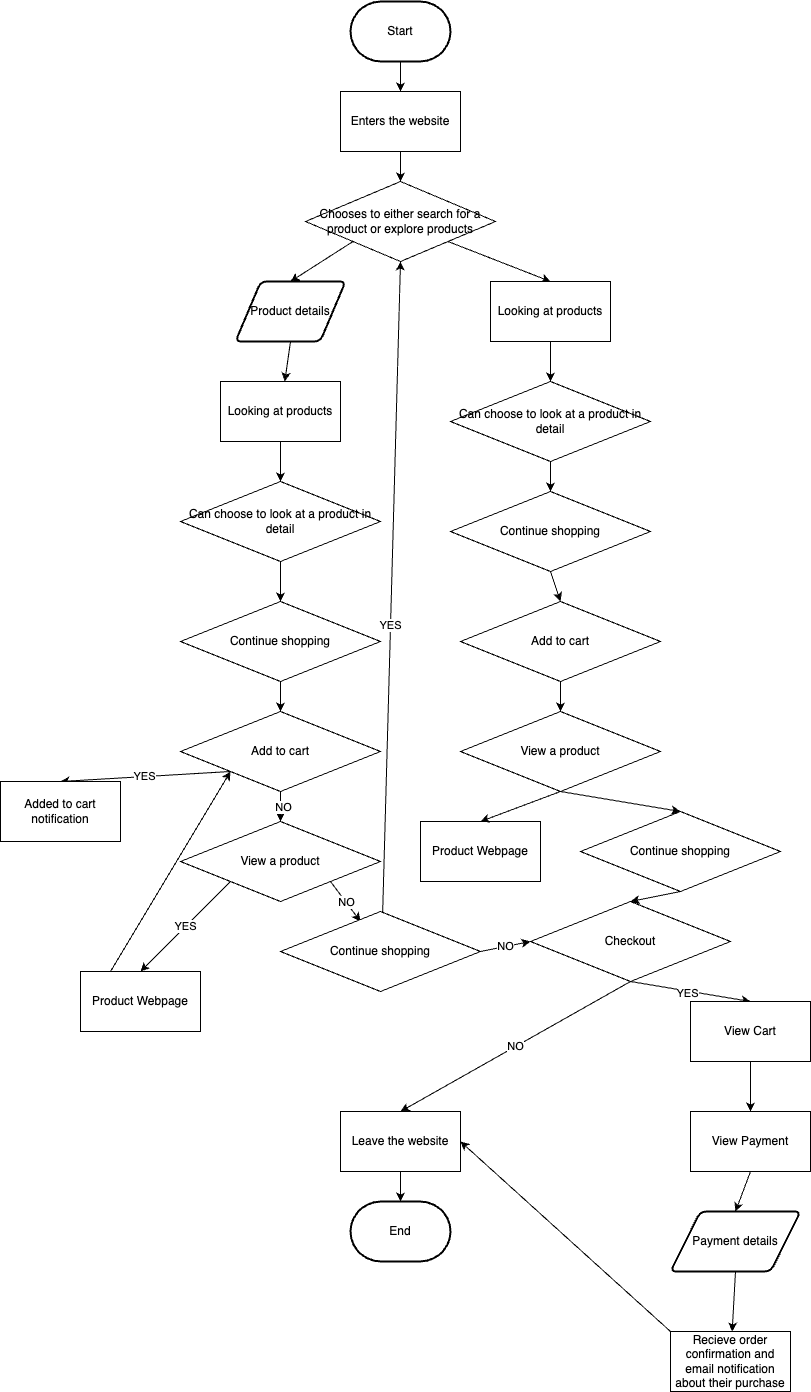
This is explore/diagramming/diagram.drawio.png from IncogOwl/sp24-cse110-lab4, a draw.io export, as it was before one commit. Source tidied: cells renumbered, new cells last; positions are measured from the earlier drawing's top-left corner, leaving out a move shared by most shapes.
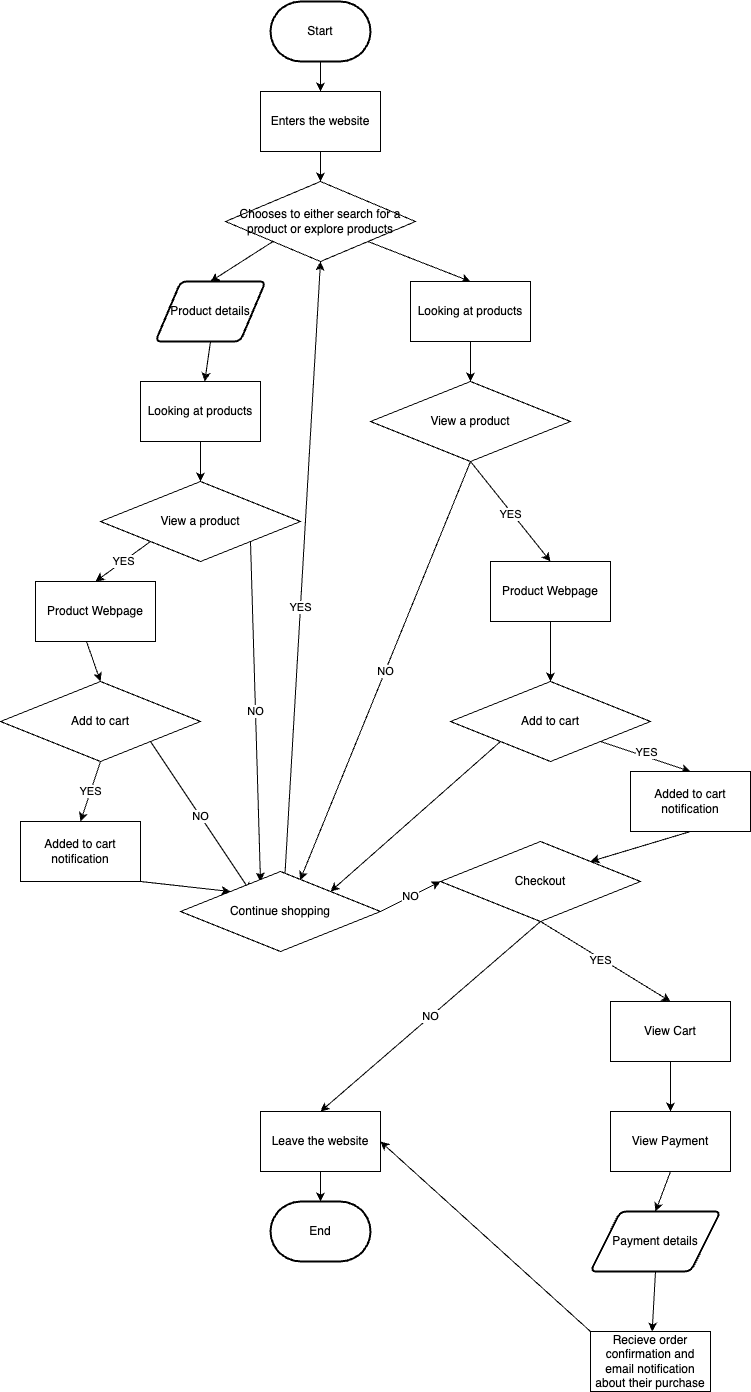
Above is the later version.

What changed in the source:
```diff
@@ -29,93 +29,69 @@
     <mxCell id="10" value="Product details" style="shape=parallelogram;html=1;strokeWidth=2;perimeter=parallelogramPerimeter;whiteSpace=wrap;rounded=1;arcSize=12;size=0.23;" parent="1" vertex="1">
       <mxGeometry x="235" y="280" width="110" height="60" as="geometry" />
     </mxCell>
-    <mxCell id="11" style="edgeStyle=none;html=1;exitX=0.5;exitY=1;exitDx=0;exitDy=0;entryX=0.5;entryY=0;entryDx=0;entryDy=0;" parent="1" edge="1" source="12" target="18">
-      <mxGeometry relative="1" as="geometry" />
+    <mxCell id="11" style="edgeStyle=none;html=1;exitX=0.5;exitY=1;exitDx=0;exitDy=0;entryX=0.5;entryY=0;entryDx=0;entryDy=0;" parent="1" edge="1" source="12">
+      <mxGeometry relative="1" as="geometry">
+        <mxPoint x="550" y="380" as="targetPoint" />
+      </mxGeometry>
     </mxCell>
     <mxCell id="12" value="Looking at products" style="rounded=0;whiteSpace=wrap;html=1;" parent="1" vertex="1">
       <mxGeometry x="490" y="280" width="120" height="60" as="geometry" />
     </mxCell>
-    <mxCell id="13" style="edgeStyle=none;html=1;exitX=0.5;exitY=1;exitDx=0;exitDy=0;entryX=0.5;entryY=0;entryDx=0;entryDy=0;" parent="1" edge="1" source="14" target="16">
-      <mxGeometry relative="1" as="geometry" />
+    <mxCell id="13" style="edgeStyle=none;html=1;exitX=0.5;exitY=1;exitDx=0;exitDy=0;entryX=0.5;entryY=0;entryDx=0;entryDy=0;" parent="1" edge="1" source="14">
+      <mxGeometry relative="1" as="geometry">
+        <mxPoint x="280" y="480" as="targetPoint" />
+      </mxGeometry>
     </mxCell>
     <mxCell id="14" value="Looking at products" style="rounded=0;whiteSpace=wrap;html=1;" parent="1" vertex="1">
       <mxGeometry x="220" y="380" width="120" height="60" as="geometry" />
     </mxCell>
-    <mxCell id="15" style="edgeStyle=none;html=1;exitX=0.5;exitY=1;exitDx=0;exitDy=0;entryX=0.5;entryY=0;entryDx=0;entryDy=0;" parent="1" edge="1" source="16" target="20">
-      <mxGeometry relative="1" as="geometry" />
-    </mxCell>
-    <mxCell id="16" value="Can choose to look at a product in detail" style="rhombus;whiteSpace=wrap;html=1;" parent="1" vertex="1">
-      <mxGeometry x="180" y="480" width="200" height="80" as="geometry" />
-    </mxCell>
-    <mxCell id="17" style="edgeStyle=none;html=1;exitX=0.5;exitY=1;exitDx=0;exitDy=0;entryX=0.5;entryY=0;entryDx=0;entryDy=0;" parent="1" edge="1" source="18" target="22">
-      <mxGeometry relative="1" as="geometry" />
-    </mxCell>
-    <mxCell id="18" value="Can choose to look at a product in detail" style="rhombus;whiteSpace=wrap;html=1;" parent="1" vertex="1">
-      <mxGeometry x="450" y="380" width="200" height="80" as="geometry" />
-    </mxCell>
-    <mxCell id="19" style="edgeStyle=none;html=1;exitX=0.5;exitY=1;exitDx=0;exitDy=0;entryX=0.5;entryY=0;entryDx=0;entryDy=0;" parent="1" edge="1" source="20" target="26">
-      <mxGeometry relative="1" as="geometry" />
-    </mxCell>
-    <mxCell id="20" value="Continue shopping" style="rhombus;whiteSpace=wrap;html=1;" parent="1" vertex="1">
-      <mxGeometry x="180" y="600" width="200" height="80" as="geometry" />
-    </mxCell>
-    <mxCell id="21" style="edgeStyle=none;html=1;exitX=0.5;exitY=1;exitDx=0;exitDy=0;entryX=0.5;entryY=0;entryDx=0;entryDy=0;" parent="1" edge="1" source="22" target="28">
-      <mxGeometry relative="1" as="geometry" />
-    </mxCell>
-    <mxCell id="22" value="Continue shopping" style="rhombus;whiteSpace=wrap;html=1;" parent="1" vertex="1">
-      <mxGeometry x="450" y="490" width="200" height="80" as="geometry" />
-    </mxCell>
-    <mxCell id="23" style="edgeStyle=none;html=1;exitX=0.5;exitY=1;exitDx=0;exitDy=0;entryX=0.5;entryY=0;entryDx=0;entryDy=0;" parent="1" edge="1" source="26" target="54">
-      <mxGeometry relative="1" as="geometry" />
-    </mxCell>
-    <mxCell id="24" value="NO" style="edgeLabel;html=1;align=center;verticalAlign=middle;" parent="23" vertex="1">
-      <mxGeometry y="2" relative="1" as="geometry">
-        <mxPoint y="-1" as="offset" />
-      </mxGeometry>
-    </mxCell>
-    <mxCell id="25" value="YES" style="edgeStyle=none;html=1;exitX=0;exitY=1;exitDx=0;exitDy=0;entryX=0.5;entryY=0;entryDx=0;entryDy=0;" parent="1" edge="1" source="26" target="60">
+    <mxCell id="25" value="YES" style="edgeStyle=none;html=1;exitX=0.5;exitY=1;exitDx=0;exitDy=0;entryX=0.5;entryY=0;entryDx=0;entryDy=0;" parent="1" edge="1" source="26" target="60">
       <mxGeometry relative="1" as="geometry" />
     </mxCell>
+    <mxCell id="61" value="NO" style="edgeStyle=none;html=1;exitX=1;exitY=1;exitDx=0;exitDy=0;entryX=0.35;entryY=0.25;entryDx=0;entryDy=0;entryPerimeter=0;" parent="1" edge="1" source="26" target="59">
+      <mxGeometry relative="1" as="geometry" />
+    </mxCell>
     <mxCell id="26" value="Add to cart" style="rhombus;whiteSpace=wrap;html=1;" parent="1" vertex="1">
-      <mxGeometry x="180" y="710" width="200" height="80" as="geometry" />
+      <mxGeometry x="80" y="680" width="200" height="80" as="geometry" />
     </mxCell>
-    <mxCell id="27" style="edgeStyle=none;html=1;exitX=0.5;exitY=1;exitDx=0;exitDy=0;entryX=0.5;entryY=0;entryDx=0;entryDy=0;" parent="1" edge="1" source="28" target="34">
-      <mxGeometry relative="1" as="geometry" />
-    </mxCell>
+    <mxCell id="62" style="edgeStyle=none;html=1;exitX=1;exitY=1;exitDx=0;exitDy=0;entryX=0.5;entryY=0;entryDx=0;entryDy=0;" parent="1" edge="1" source="28" target="70">
+      <mxGeometry relative="1" as="geometry" />
+    </mxCell>
+    <mxCell id="63" value="YES" style="edgeLabel;html=1;align=center;verticalAlign=middle;" parent="62" vertex="1">
+      <mxGeometry x="-0.04" y="4" relative="1" as="geometry">
+        <mxPoint x="1" as="offset" />
+      </mxGeometry>
+    </mxCell>
+    <mxCell id="64" style="edgeStyle=none;html=1;exitX=0;exitY=1;exitDx=0;exitDy=0;entryX=1;entryY=0;entryDx=0;entryDy=0;" parent="1" edge="1" source="28" target="59">
+      <mxGeometry relative="1" as="geometry" />
+    </mxCell>
     <mxCell id="28" value="Add to cart" style="rhombus;whiteSpace=wrap;html=1;" parent="1" vertex="1">
-      <mxGeometry x="460" y="600" width="200" height="80" as="geometry" />
+      <mxGeometry x="530" y="680" width="200" height="80" as="geometry" />
     </mxCell>
+    <mxCell id="65" style="edgeStyle=none;html=1;exitX=0.5;exitY=1;exitDx=0;exitDy=0;entryX=0.5;entryY=0;entryDx=0;entryDy=0;" parent="1" edge="1" source="29" target="28">
+      <mxGeometry relative="1" as="geometry" />
+    </mxCell>
     <mxCell id="29" value="Product Webpage" style="rounded=0;whiteSpace=wrap;html=1;" parent="1" vertex="1">
-      <mxGeometry x="420" y="820" width="120" height="60" as="geometry" />
+      <mxGeometry x="570" y="560" width="120" height="60" as="geometry" />
     </mxCell>
-    <mxCell id="30" style="edgeStyle=none;html=1;entryX=0.5;entryY=0;entryDx=0;entryDy=0;" parent="1" edge="1" target="29">
-      <mxGeometry relative="1" as="geometry">
-        <mxPoint x="480" y="820" as="sourcePoint" />
-      </mxGeometry>
-    </mxCell>
     <mxCell id="31" style="edgeStyle=none;html=1;" parent="1" edge="1">
       <mxGeometry relative="1" as="geometry">
         <mxPoint x="480" y="820" as="sourcePoint" />
         <mxPoint x="480" y="820" as="targetPoint" />
       </mxGeometry>
     </mxCell>
-    <mxCell id="32" style="edgeStyle=none;html=1;exitX=0.5;exitY=1;exitDx=0;exitDy=0;" parent="1" edge="1" source="34">
-      <mxGeometry relative="1" as="geometry">
-        <mxPoint x="480" y="820" as="targetPoint" />
-      </mxGeometry>
+    <mxCell id="32" style="edgeStyle=none;html=1;exitX=0.5;exitY=1;exitDx=0;exitDy=0;entryX=0.5;entryY=0;entryDx=0;entryDy=0;" parent="1" edge="1" source="34" target="29">
+      <mxGeometry relative="1" as="geometry" />
     </mxCell>
-    <mxCell id="33" style="edgeStyle=none;html=1;exitX=0.5;exitY=1;exitDx=0;exitDy=0;entryX=0.5;entryY=0;entryDx=0;entryDy=0;" parent="1" edge="1" source="34" target="36">
-      <mxGeometry relative="1" as="geometry" />
-    </mxCell>
+    <mxCell id="66" value="YES" style="edgeLabel;html=1;align=center;verticalAlign=middle;" parent="32" vertex="1">
+      <mxGeometry x="0.02" y="-2" relative="1" as="geometry" />
+    </mxCell>
+    <mxCell id="67" value="NO" style="edgeStyle=none;html=1;exitX=0.5;exitY=1;exitDx=0;exitDy=0;entryX=0.598;entryY=0.108;entryDx=0;entryDy=0;entryPerimeter=0;" parent="1" edge="1" source="34" target="59">
+      <mxGeometry relative="1" as="geometry" />
+    </mxCell>
     <mxCell id="34" value="View a product" style="rhombus;whiteSpace=wrap;html=1;" parent="1" vertex="1">
-      <mxGeometry x="460" y="710" width="200" height="80" as="geometry" />
+      <mxGeometry x="450" y="380" width="200" height="80" as="geometry" />
     </mxCell>
-    <mxCell id="35" style="edgeStyle=none;html=1;exitX=0.5;exitY=1;exitDx=0;exitDy=0;entryX=0.5;entryY=0;entryDx=0;entryDy=0;" parent="1" edge="1" source="36" target="40">
-      <mxGeometry relative="1" as="geometry" />
-    </mxCell>
-    <mxCell id="36" value="Continue shopping" style="rhombus;whiteSpace=wrap;html=1;" parent="1" vertex="1">
-      <mxGeometry x="580" y="810" width="200" height="80" as="geometry" />
-    </mxCell>
     <mxCell id="37" style="edgeStyle=none;html=1;exitX=0.5;exitY=1;exitDx=0;exitDy=0;entryX=0.5;entryY=0;entryDx=0;entryDy=0;" parent="1" edge="1" source="40" target="45">
       <mxGeometry relative="1" as="geometry" />
     </mxCell>
@@ -128,7 +104,7 @@
       <mxGeometry relative="1" as="geometry" />
     </mxCell>
     <mxCell id="40" value="Checkout" style="rhombus;whiteSpace=wrap;html=1;" parent="1" vertex="1">
-      <mxGeometry x="530" y="900" width="200" height="80" as="geometry" />
+      <mxGeometry x="520" y="840" width="200" height="80" as="geometry" />
     </mxCell>
     <mxCell id="41" value="End" style="strokeWidth=2;html=1;shape=mxgraph.flowchart.terminator;whiteSpace=wrap;" parent="1" vertex="1">
       <mxGeometry x="350" y="1200" width="100" height="60" as="geometry" />
@@ -164,23 +140,19 @@
       <mxGeometry x="670" y="1330" width="120" height="60" as="geometry" />
     </mxCell>
     <mxCell id="52" value="YES" style="edgeStyle=none;html=1;exitX=0;exitY=1;exitDx=0;exitDy=0;entryX=0.5;entryY=0;entryDx=0;entryDy=0;" parent="1" edge="1" source="54" target="56">
-      <mxGeometry relative="1" as="geometry">
-        <Array as="points">
-          <mxPoint x="200" y="910" />
-        </Array>
-      </mxGeometry>
+      <mxGeometry relative="1" as="geometry" />
     </mxCell>
     <mxCell id="53" value="NO" style="edgeStyle=none;html=1;exitX=1;exitY=1;exitDx=0;exitDy=0;entryX=0.4;entryY=0.125;entryDx=0;entryDy=0;entryPerimeter=0;" parent="1" edge="1" source="54" target="59">
       <mxGeometry relative="1" as="geometry" />
     </mxCell>
     <mxCell id="54" value="View a product" style="rhombus;whiteSpace=wrap;html=1;" parent="1" vertex="1">
-      <mxGeometry x="180" y="820" width="200" height="80" as="geometry" />
+      <mxGeometry x="180" y="480" width="200" height="80" as="geometry" />
     </mxCell>
-    <mxCell id="55" style="edgeStyle=none;html=1;exitX=0.25;exitY=0;exitDx=0;exitDy=0;entryX=0;entryY=1;entryDx=0;entryDy=0;" parent="1" edge="1" source="56" target="26">
+    <mxCell id="55" style="edgeStyle=none;html=1;exitX=0.25;exitY=0;exitDx=0;exitDy=0;entryX=0.5;entryY=0;entryDx=0;entryDy=0;" parent="1" edge="1" source="56" target="26">
       <mxGeometry relative="1" as="geometry" />
     </mxCell>
     <mxCell id="56" value="Product Webpage" style="rounded=0;whiteSpace=wrap;html=1;" parent="1" vertex="1">
-      <mxGeometry x="80" y="970" width="120" height="60" as="geometry" />
+      <mxGeometry x="115" y="580" width="120" height="60" as="geometry" />
     </mxCell>
     <mxCell id="57" value="YES" style="edgeStyle=none;html=1;exitX=0.5;exitY=1;exitDx=0;exitDy=0;entryX=0.5;entryY=1;entryDx=0;entryDy=0;" parent="1" edge="1" source="59" target="8">
       <mxGeometry relative="1" as="geometry" />
@@ -189,10 +161,19 @@
       <mxGeometry relative="1" as="geometry" />
     </mxCell>
     <mxCell id="59" value="Continue shopping" style="rhombus;whiteSpace=wrap;html=1;" parent="1" vertex="1">
-      <mxGeometry x="280" y="910" width="200" height="80" as="geometry" />
+      <mxGeometry x="260" y="870" width="200" height="80" as="geometry" />
     </mxCell>
+    <mxCell id="68" style="edgeStyle=none;html=1;exitX=1;exitY=1;exitDx=0;exitDy=0;entryX=0;entryY=0;entryDx=0;entryDy=0;" parent="1" edge="1" source="60" target="59">
+      <mxGeometry relative="1" as="geometry" />
+    </mxCell>
     <mxCell id="60" value="Added to cart notification" style="rounded=0;whiteSpace=wrap;html=1;" parent="1" vertex="1">
-      <mxGeometry y="780" width="120" height="60" as="geometry" />
+      <mxGeometry x="100" y="820" width="120" height="60" as="geometry" />
     </mxCell>
+    <mxCell id="69" style="edgeStyle=none;html=1;exitX=0.5;exitY=1;exitDx=0;exitDy=0;entryX=1;entryY=0;entryDx=0;entryDy=0;" parent="1" edge="1" source="70" target="40">
+      <mxGeometry relative="1" as="geometry" />
+    </mxCell>
+    <mxCell id="70" value="Added to cart notification" style="rounded=0;whiteSpace=wrap;html=1;" parent="1" vertex="1">
+      <mxGeometry x="710" y="770" width="120" height="60" as="geometry" />
+    </mxCell>
   </root>
 </mxGraphModel>
```
